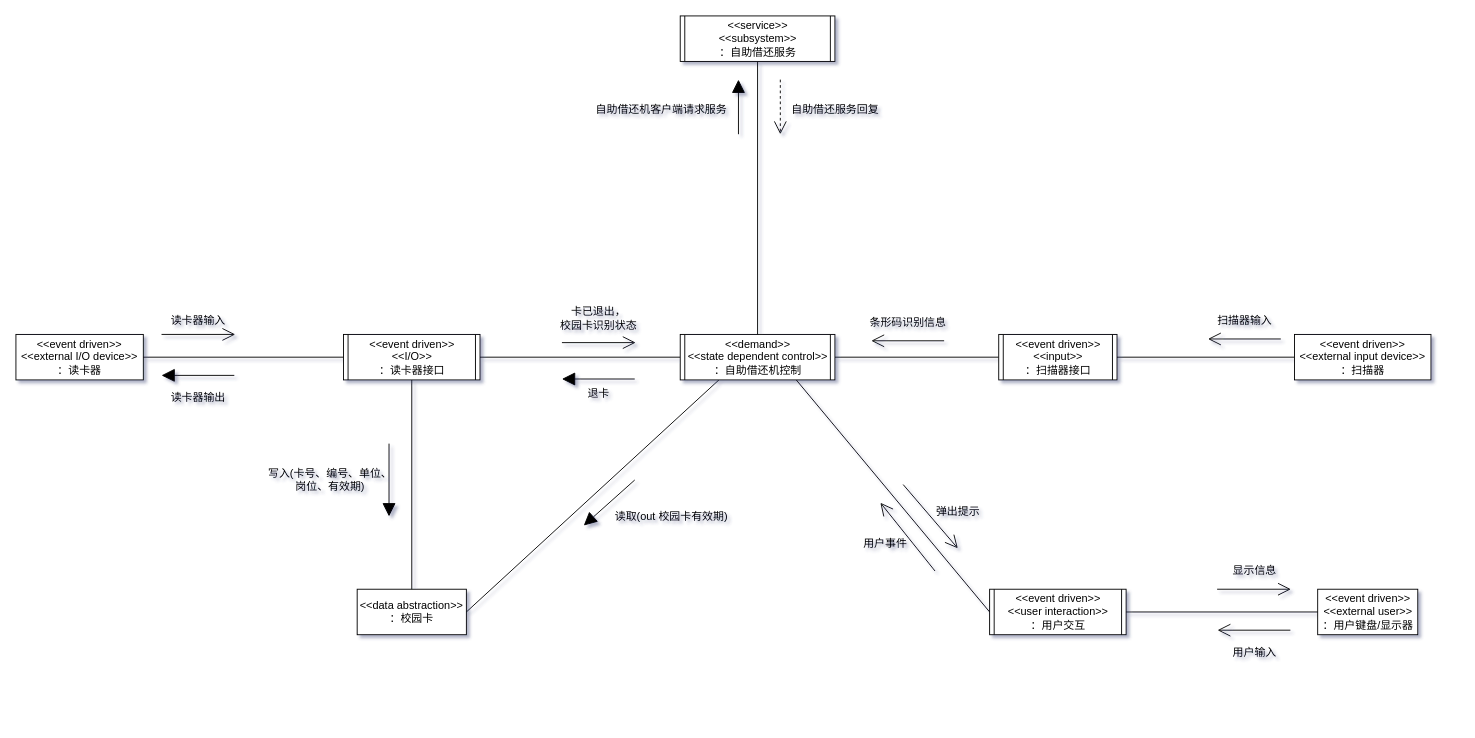
Before: page "客户端子系统并发通信图" (1 of 5) of 图书自助借还系统.drawio in Marcowky/------, a draw.io diagram. Source tidied: cells renumbered, new cells numbered last; positions are measured from the earlier drawing's top-left corner, leaving out a move shared by most shapes. Both pictures are drawn from the tidied source at 91%, with x=0, y=0 at pixel (15, 15).
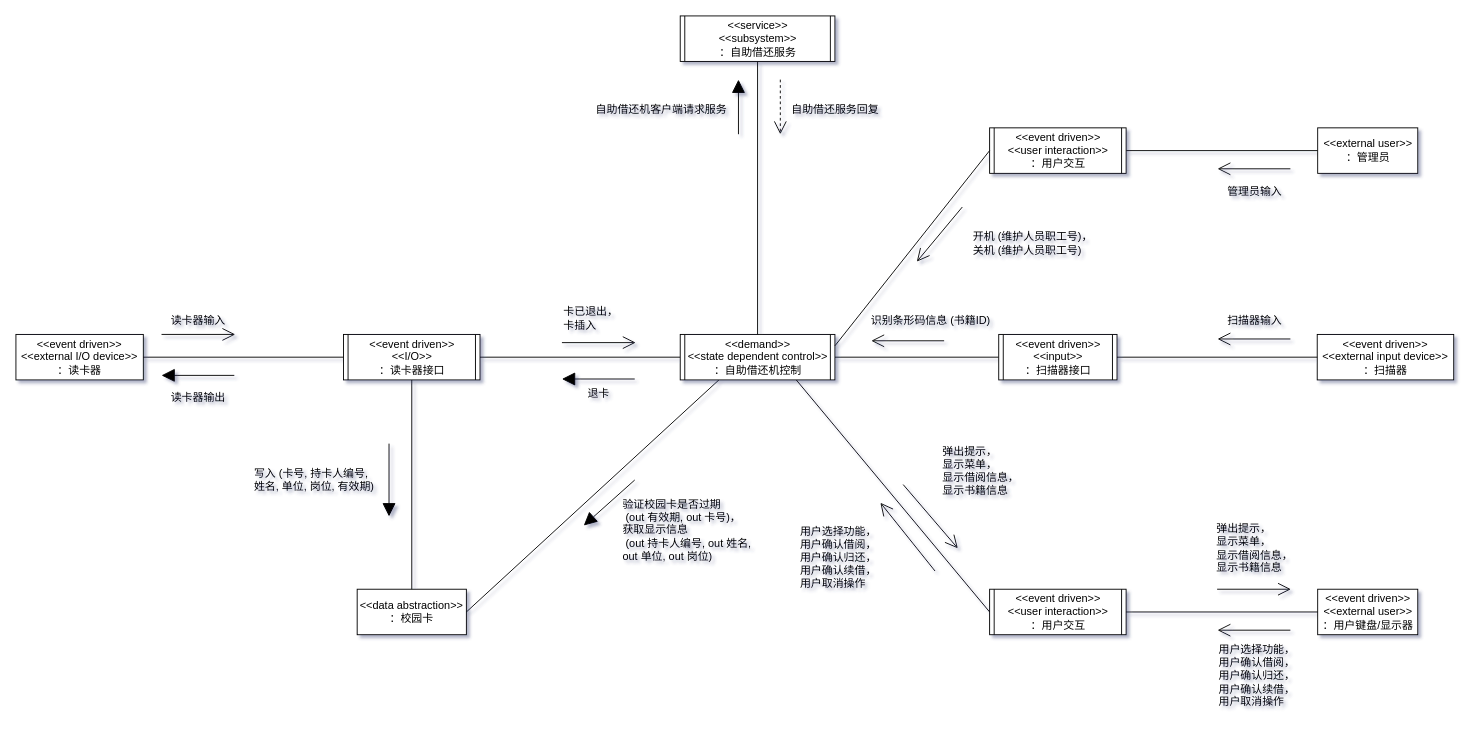
Above is the later version.

The change refers to these unchanged cells:
```xml
<mxCell id="46" value="&amp;lt;&amp;lt;demand&amp;gt;&amp;gt;&lt;br style=&quot;&quot;&gt;&lt;span style=&quot;&quot;&gt;&amp;lt;&amp;lt;state dependent control&amp;gt;&amp;gt;&lt;/span&gt;&lt;br style=&quot;&quot;&gt;&lt;span style=&quot;&quot;&gt;：自助借还机控制&lt;/span&gt;" style="shape=process2;fixedSize=1;size=5;fontStyle=0;html=1;horizontal=1;align=center;" parent="1" vertex="1">
  <mxGeometry x="730" y="350" width="170" height="50" as="geometry" />
</mxCell>
```

The edit, as a diff of the source:
```diff
@@
     <mxCell id="4" value="&amp;lt;&amp;lt;event driven&amp;gt;&amp;gt;&lt;br&gt;&amp;lt;&amp;lt;external input device&amp;gt;&amp;gt;&lt;br&gt;：扫描器" style="html=1;whiteSpace=wrap;" parent="1" vertex="1">
-      <mxGeometry x="1405" y="350" width="150" height="50" as="geometry" />
+      <mxGeometry x="1430" y="350" width="150" height="50" as="geometry" />
     </mxCell>
@@
-    <mxCell id="10" value="写入(卡号、编号、单位、&lt;br&gt;岗位、有效期)" style="text;html=1;align=center;verticalAlign=middle;strokeColor=none;fillColor=none;" parent="1" vertex="1">
-      <mxGeometry x="265" y="490" width="160" height="40" as="geometry" />
+    <mxCell id="10" value="写入 (卡号, 持卡人编号,&lt;br style=&quot;&quot;&gt;&lt;span style=&quot;&quot;&gt;姓名, 单位, 岗位, 有效期)&lt;/span&gt;" style="text;html=1;align=left;verticalAlign=middle;strokeColor=none;fillColor=none;" parent="1" vertex="1">
+      <mxGeometry x="260" y="490" width="160" height="40" as="geometry" />
     </mxCell>
@@
-    <mxCell id="14" value="卡已退出，&lt;br&gt;校园卡识别状态" style="text;html=1;align=center;verticalAlign=middle;strokeColor=none;fillColor=none;" parent="1" vertex="1">
-      <mxGeometry x="585" y="312" width="110" height="40" as="geometry" />
+    <mxCell id="14" value="卡已退出，&lt;br&gt;卡插入" style="text;html=1;align=left;verticalAlign=middle;strokeColor=none;fillColor=none;" parent="1" vertex="1">
+      <mxGeometry x="600" y="312" width="80" height="40" as="geometry" />
     </mxCell>
@@
-    <mxCell id="21" value="读取(out 校园卡有效期)" style="text;html=1;align=center;verticalAlign=middle;strokeColor=none;fillColor=none;" parent="1" vertex="1">
-      <mxGeometry x="645" y="535" width="150" height="30" as="geometry" />
+    <mxCell id="21" value="验证校园卡是否过期&lt;br&gt;&amp;nbsp;(out 有效期, out 卡号)，&lt;br&gt;获取显示信息&lt;br&gt;&amp;nbsp;(out 持卡人编号, out 姓名, &lt;br&gt;out 单位, out 岗位)" style="text;html=1;align=left;verticalAlign=middle;strokeColor=none;fillColor=none;" parent="1" vertex="1">
+      <mxGeometry x="665" y="520" width="160" height="90" as="geometry" />
     </mxCell>
-    <mxCell id="22" value="弹出提示" style="text;html=1;align=center;verticalAlign=middle;strokeColor=none;fillColor=none;" parent="1" vertex="1">
-      <mxGeometry x="1000" y="530" width="70" height="30" as="geometry" />
+    <mxCell id="22" value="&lt;div style=&quot;text-align: left;&quot;&gt;&lt;span style=&quot;background-color: initial;&quot;&gt;弹出提示，&lt;/span&gt;&lt;/div&gt;&lt;div style=&quot;text-align: left;&quot;&gt;&lt;span style=&quot;background-color: initial;&quot;&gt;显示菜单，&lt;/span&gt;&lt;/div&gt;&lt;div style=&quot;text-align: left;&quot;&gt;&lt;span style=&quot;background-color: initial;&quot;&gt;显示借阅信息，&lt;/span&gt;&lt;/div&gt;&lt;div style=&quot;text-align: left;&quot;&gt;&lt;span style=&quot;background-color: initial;&quot;&gt;显示书籍信息&lt;/span&gt;&lt;/div&gt;" style="text;html=1;align=center;verticalAlign=middle;strokeColor=none;fillColor=none;" parent="1" vertex="1">
+      <mxGeometry x="1005" y="465" width="110" height="70" as="geometry" />
     </mxCell>
@@
-    <mxCell id="26" value="显示信息" style="text;html=1;align=center;verticalAlign=middle;strokeColor=none;fillColor=none;" parent="1" vertex="1">
-      <mxGeometry x="1325.5" y="595" width="70" height="30" as="geometry" />
+    <mxCell id="26" value="&lt;div style=&quot;text-align: left;&quot;&gt;弹出提示，&lt;/div&gt;&lt;div style=&quot;text-align: left;&quot;&gt;&lt;span style=&quot;background-color: initial;&quot;&gt;显示菜单，&lt;/span&gt;&lt;/div&gt;&lt;div style=&quot;text-align: left;&quot;&gt;&lt;span style=&quot;background-color: initial;&quot;&gt;显示借阅信息，&lt;/span&gt;&lt;/div&gt;&lt;div style=&quot;text-align: left;&quot;&gt;&lt;span style=&quot;background-color: initial;&quot;&gt;显示书籍信息&lt;/span&gt;&lt;/div&gt;" style="text;html=1;align=center;verticalAlign=middle;strokeColor=none;fillColor=none;" parent="1" vertex="1">
+      <mxGeometry x="1305.5" y="550" width="110" height="70" as="geometry" />
     </mxCell>
-    <mxCell id="27" value="用户输入" style="text;html=1;align=center;verticalAlign=middle;strokeColor=none;fillColor=none;" parent="1" vertex="1">
-      <mxGeometry x="1325.5" y="685" width="70" height="30" as="geometry" />
+    <mxCell id="27" value="用户选择功能，&lt;br style=&quot;&quot;&gt;&lt;span style=&quot;&quot;&gt;用户确认借阅，&lt;/span&gt;&lt;br style=&quot;&quot;&gt;&lt;span style=&quot;&quot;&gt;用户确认归还，&lt;/span&gt;&lt;br style=&quot;&quot;&gt;&lt;span style=&quot;&quot;&gt;用户确认续借，&lt;/span&gt;&lt;br style=&quot;&quot;&gt;&lt;span style=&quot;&quot;&gt;用户取消操作&lt;/span&gt;" style="text;html=1;align=left;verticalAlign=middle;strokeColor=none;fillColor=none;" parent="1" vertex="1">
+      <mxGeometry x="1320" y="680" width="110" height="90" as="geometry" />
     </mxCell>
-    <mxCell id="28" value="用户事件" style="text;html=1;align=center;verticalAlign=middle;strokeColor=none;fillColor=none;" parent="1" vertex="1">
-      <mxGeometry x="920" y="565" width="70" height="30" as="geometry" />
+    <mxCell id="28" value="用户选择功能，&lt;br&gt;用户确认借阅，&lt;br&gt;用户确认归还，&lt;br&gt;用户确认续借，&lt;br&gt;用户取消操作" style="text;html=1;align=left;verticalAlign=middle;strokeColor=none;fillColor=none;" parent="1" vertex="1">
+      <mxGeometry x="860" y="550" width="110" height="90" as="geometry" />
     </mxCell>
@@
     <mxCell id="30" style="endArrow=open;endFill=1;endSize=12;html=1;rounded=0;" parent="1" edge="1">
       <mxGeometry relative="1" as="geometry">
-        <mxPoint x="1390" y="355" as="sourcePoint" />
-        <mxPoint x="1310" y="355" as="targetPoint" />
+        <mxPoint x="1400.5" y="355" as="sourcePoint" />
+        <mxPoint x="1320.5" y="355" as="targetPoint" />
       </mxGeometry>
     </mxCell>
     <mxCell id="31" value="扫描器输入" style="text;html=1;align=center;verticalAlign=middle;strokeColor=none;fillColor=none;" parent="1" vertex="1">
-      <mxGeometry x="1310" y="320" width="80" height="30" as="geometry" />
+      <mxGeometry x="1320.5" y="320" width="80" height="30" as="geometry" />
     </mxCell>
@@
-    <mxCell id="33" value="条形码识别信息" style="text;html=1;align=center;verticalAlign=middle;strokeColor=none;fillColor=none;" parent="1" vertex="1">
-      <mxGeometry x="925" y="322" width="110" height="30" as="geometry" />
+    <mxCell id="33" value="识别条形码信息 (书籍ID)" style="text;html=1;align=center;verticalAlign=middle;strokeColor=none;fillColor=none;" parent="1" vertex="1">
+      <mxGeometry x="930" y="320" width="150" height="30" as="geometry" />
     </mxCell>
@@
+    <mxCell id="48" value="&amp;lt;&amp;lt;external user&amp;gt;&amp;gt;&lt;br&gt;：管理员" style="html=1;whiteSpace=wrap;" parent="1" vertex="1">
+      <mxGeometry x="1430.5" y="123" width="110" height="50" as="geometry" />
+    </mxCell>
+    <mxCell id="49" style="endArrow=open;endFill=1;endSize=12;html=1;rounded=0;" parent="1" edge="1">
+      <mxGeometry relative="1" as="geometry">
+        <mxPoint x="1400.5" y="168" as="sourcePoint" />
+        <mxPoint x="1320.5" y="168" as="targetPoint" />
+      </mxGeometry>
+    </mxCell>
+    <mxCell id="50" value="管理员输入" style="text;html=1;align=center;verticalAlign=middle;strokeColor=none;fillColor=none;" parent="1" vertex="1">
+      <mxGeometry x="1320.5" y="178" width="80" height="30" as="geometry" />
+    </mxCell>
+    <mxCell id="51" style="endArrow=none;html=1;rounded=0;entryX=0;entryY=0.5;entryDx=0;entryDy=0;exitX=1;exitY=0.5;exitDx=0;exitDy=0;" parent="1" edge="1" source="52" target="48">
+      <mxGeometry relative="1" as="geometry" />
+    </mxCell>
+    <mxCell id="52" value="&amp;lt;&amp;lt;event driven&amp;gt;&amp;gt;&lt;br style=&quot;&quot;&gt;&lt;span style=&quot;&quot;&gt;&amp;lt;&amp;lt;user interaction&amp;gt;&amp;gt;&lt;/span&gt;&lt;br style=&quot;&quot;&gt;&lt;span style=&quot;&quot;&gt;：用户交互&lt;/span&gt;" style="shape=process2;fixedSize=1;size=5;fontStyle=0;html=1;horizontal=1;align=center;" parent="1" vertex="1">
+      <mxGeometry x="1070" y="123" width="150" height="50" as="geometry" />
+    </mxCell>
+    <mxCell id="53" style="endArrow=none;html=1;rounded=0;entryX=0;entryY=0.5;entryDx=0;entryDy=0;exitX=1;exitY=0.25;exitDx=0;exitDy=0;" parent="1" edge="1" source="46" target="52">
+      <mxGeometry relative="1" as="geometry" />
+    </mxCell>
+    <mxCell id="54" style="endArrow=open;endFill=1;endSize=12;html=1;rounded=0;" parent="1" edge="1">
+      <mxGeometry relative="1" as="geometry">
+        <mxPoint x="1040" y="210" as="sourcePoint" />
+        <mxPoint x="990" y="270" as="targetPoint" />
+      </mxGeometry>
+    </mxCell>
+    <mxCell id="55" value="开机 (维护人员职工号)，&lt;br&gt;关机 (维护人员职工号)" style="text;html=1;align=left;verticalAlign=middle;strokeColor=none;fillColor=none;" parent="1" vertex="1">
+      <mxGeometry x="1050" y="230" width="150" height="40" as="geometry" />
+    </mxCell>
```
